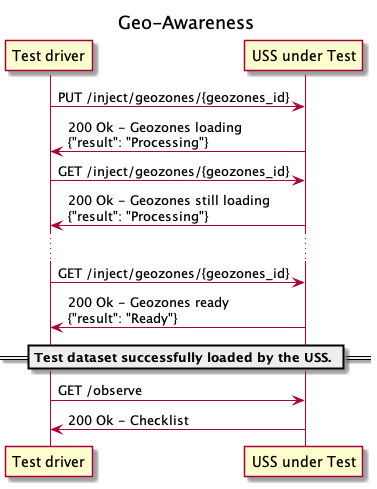
This is interfaces/automated-testing/geo-awareness/design/ed-269/sequence.png from interuss/dss, a PlantUML export, as it was before one commit. Its diagram source:
```plantuml
@startuml
title Geo-Awareness

participant TD as "Test driver"
participant U as "USS under Test"

TD -> U: PUT /inject/geozones/{geozones_id}
TD <- U: 200 Ok - Geozones loading\n{"result": "Processing"}

TD -> U: GET /inject/geozones/{geozones_id}
TD <- U: 200 Ok - Geozones still loading\n{"result": "Processing"}

...

TD -> U: GET /inject/geozones/{geozones_id}
TD <- U: 200 Ok - Geozones ready\n{"result": "Ready"}

== Test dataset successfully loaded by the USS. ==

TD -> U: GET /observe
TD <- U: 200 Ok - Checklist

@enduml
```
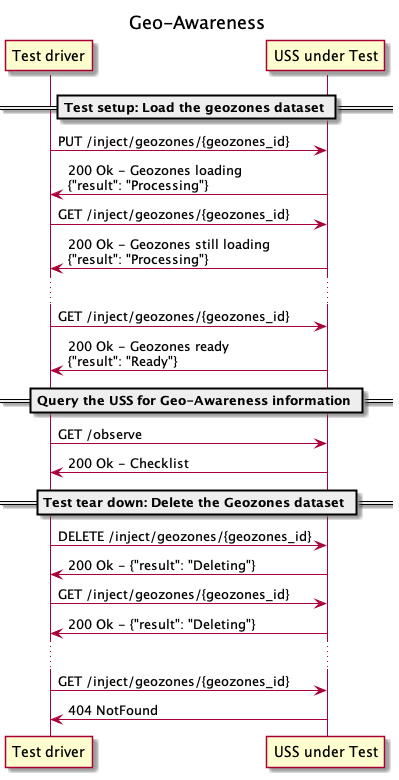
The same diagram one commit later.

Commit message:
[geo-awareness] Automated testing teardown

Diff of the diagram source:
```diff
@@ -4,6 +4,7 @@
 participant TD as "Test driver"
 participant U as "USS under Test"
 
+== Test setup: Load the geozones dataset ==
 TD -> U: PUT /inject/geozones/{geozones_id}
 TD <- U: 200 Ok - Geozones loading\n{"result": "Processing"}
 
@@ -15,9 +16,22 @@
 TD -> U: GET /inject/geozones/{geozones_id}
 TD <- U: 200 Ok - Geozones ready\n{"result": "Ready"}
 
-== Test dataset successfully loaded by the USS. ==
+== Query the USS for Geo-Awareness information ==
 
 TD -> U: GET /observe
 TD <- U: 200 Ok - Checklist
 
+== Test tear down: Delete the Geozones dataset ==
+
+TD -> U: DELETE /inject/geozones/{geozones_id}
+TD <- U: 200 Ok - {"result": "Deleting"}
+
+TD -> U: GET /inject/geozones/{geozones_id}
+TD <- U: 200 Ok - {"result": "Deleting"}
+
+...
+
+TD -> U: GET /inject/geozones/{geozones_id}
+TD <- U: 404 NotFound
+
 @enduml
```
